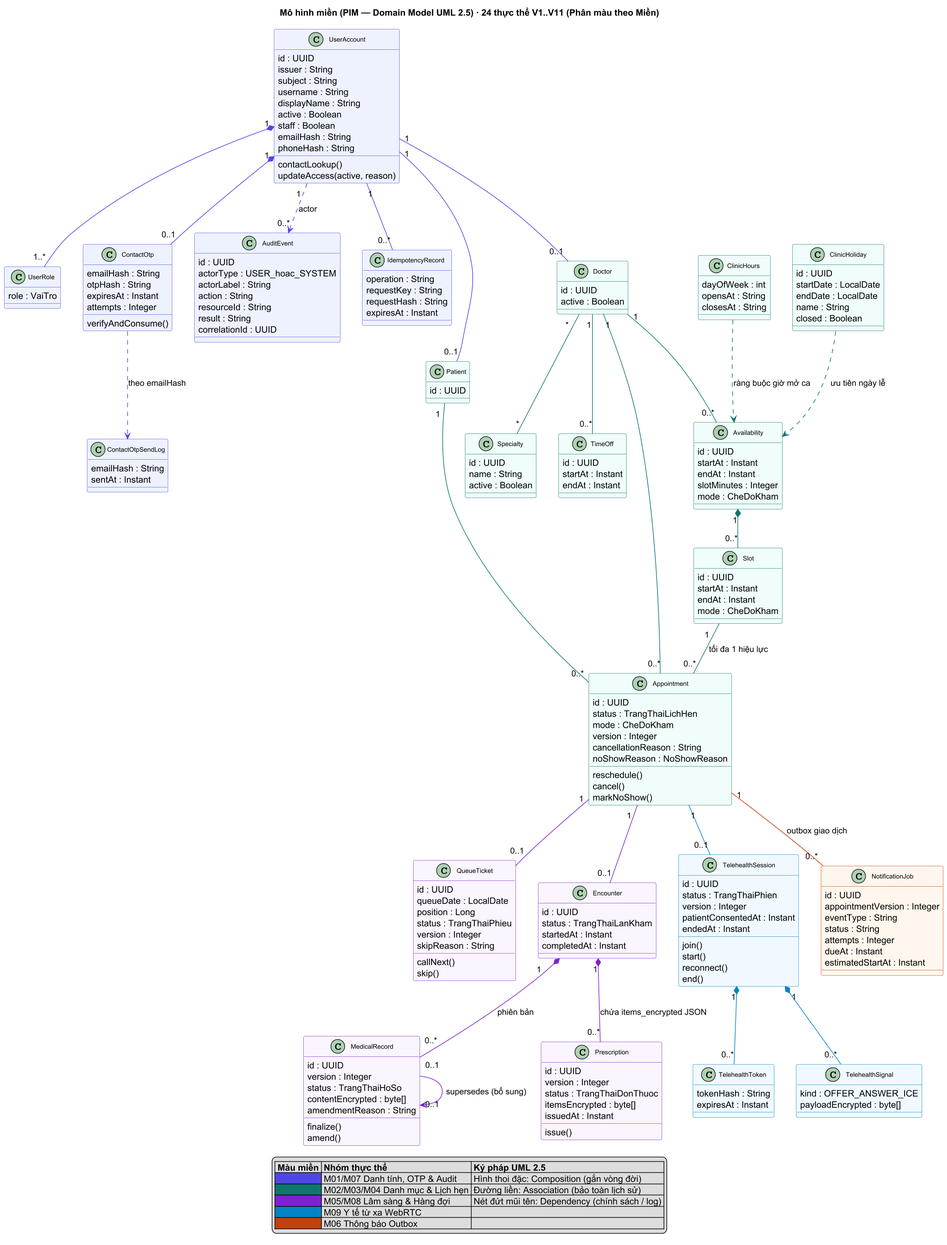
Before: docs/design/class-diagram/class-diagram.png, a diagram exported from PlantUML (Samie32/SE-project). Its diagram source:
```plantuml
@startuml class-diagram
skinparam class {
  FontName Arial
  FontSize 10
  HeaderFontColor #0F172A
}
skinparam noteBackgroundColor #FFFDE7
skinparam noteBorderColor #F9A825
skinparam shadowing false
skinparam dpi 150
title Mô hình miền (PIM — Domain Model UML 2.5) · 24 thực thể V1..V11 (Phân màu theo Miền)

class UserAccount #EEF2FF;line:4F46E5 {
  id : UUID
  issuer : String
  subject : String
  username : String
  displayName : String
  active : Boolean
  staff : Boolean
  emailHash : String
  phoneHash : String
  contactLookup()
  updateAccess(active, reason)
}

class UserRole #EEF2FF;line:4F46E5 {
  role : VaiTro
}

class ContactOtp #EEF2FF;line:4F46E5 {
  emailHash : String
  otpHash : String
  expiresAt : Instant
  attempts : Integer
  verifyAndConsume()
}

class ContactOtpSendLog #EEF2FF;line:4F46E5 {
  emailHash : String
  sentAt : Instant
}

class AuditEvent #EEF2FF;line:4F46E5 {
  id : UUID
  actorType : USER_hoac_SYSTEM
  actorLabel : String
  action : String
  resourceId : String
  result : String
  correlationId : UUID
}

class IdempotencyRecord #EEF2FF;line:4F46E5 {
  operation : String
  requestKey : String
  requestHash : String
  expiresAt : Instant
}

class Patient #F0FDFA;line:0F766E {
  id : UUID
}

class Doctor #F0FDFA;line:0F766E {
  id : UUID
  active : Boolean
}

class Specialty #F0FDFA;line:0F766E {
  id : UUID
  name : String
  active : Boolean
}

class ClinicHours #F0FDFA;line:0F766E {
  dayOfWeek : int
  opensAt : String
  closesAt : String
}

class ClinicHoliday #F0FDFA;line:0F766E {
  id : UUID
  startDate : LocalDate
  endDate : LocalDate
  name : String
  closed : Boolean
}

class Availability #F0FDFA;line:0F766E {
  id : UUID
  startAt : Instant
  endAt : Instant
  slotMinutes : Integer
  mode : CheDoKham
}

class TimeOff #F0FDFA;line:0F766E {
  id : UUID
  startAt : Instant
  endAt : Instant
}

class Slot #F0FDFA;line:0F766E {
  id : UUID
  startAt : Instant
  endAt : Instant
  mode : CheDoKham
}

class Appointment #F0FDFA;line:0F766E {
  id : UUID
  status : TrangThaiLichHen
  mode : CheDoKham
  version : Integer
  cancellationReason : String
  noShowReason : NoShowReason
  reschedule()
  cancel()
  markNoShow()
}

class QueueTicket #FAF5FF;line:7E22CE {
  id : UUID
  queueDate : LocalDate
  position : Long
  status : TrangThaiPhieu
  version : Integer
  skipReason : String
  callNext()
  skip()
}

class Encounter #FAF5FF;line:7E22CE {
  id : UUID
  status : TrangThaiLanKham
  startedAt : Instant
  completedAt : Instant
}

class MedicalRecord #FAF5FF;line:7E22CE {
  id : UUID
  version : Integer
  status : TrangThaiHoSo
  contentEncrypted : byte[]
  amendmentReason : String
  finalize()
  amend()
}

class Prescription #FAF5FF;line:7E22CE {
  id : UUID
  version : Integer
  status : TrangThaiDonThuoc
  itemsEncrypted : byte[]
  issuedAt : Instant
  issue()
}

class TelehealthSession #F0F9FF;line:0284C7 {
  id : UUID
  status : TrangThaiPhien
  version : Integer
  patientConsentedAt : Instant
  endedAt : Instant
  join()
  start()
  reconnect()
  end()
}

class TelehealthToken #F0F9FF;line:0284C7 {
  tokenHash : String
  expiresAt : Instant
}

class TelehealthSignal #F0F9FF;line:0284C7 {
  kind : OFFER_ANSWER_ICE
  payloadEncrypted : byte[]
}

class NotificationJob #FFF7ED;line:C2410C {
  id : UUID
  appointmentVersion : Integer
  eventType : String
  status : String
  attempts : Integer
  dueAt : Instant
  estimatedStartAt : Instant
}

UserAccount "1" *-[#4F46E5]- "1..*" UserRole
UserAccount "1" *-[#4F46E5]- "0..1" ContactOtp
Availability "1" *-[#0F766E]- "0..*" Slot
Encounter "1" *-[#7E22CE]- "0..*" MedicalRecord : phiên bản
Encounter "1" *-[#7E22CE]- "0..*" Prescription : chứa items_encrypted JSON
TelehealthSession "1" *-[#0284C7]- "0..*" TelehealthToken
TelehealthSession "1" *-[#0284C7]- "0..*" TelehealthSignal

UserAccount "1" -[#4F46E5]- "0..1" Doctor
UserAccount "1" -[#4F46E5]- "0..1" Patient
UserAccount "1" -[#4F46E5]- "0..*" IdempotencyRecord

Doctor "*" -[#0F766E]- "*" Specialty
Doctor "1" -[#0F766E]- "0..*" Availability
Doctor "1" -[#0F766E]- "0..*" TimeOff
Slot "1" -[#0F766E]- "0..*" Appointment : tối đa 1 hiệu lực
Doctor "1" -[#0F766E]- "0..*" Appointment
Patient "1" -[#0F766E]- "0..*" Appointment

Appointment "1" -[#7E22CE]- "0..1" QueueTicket
Appointment "1" -[#7E22CE]- "0..1" Encounter
MedicalRecord "0..1" -[#7E22CE]-> "0..1" MedicalRecord : supersedes (bổ sung)
Appointment "1" -[#0284C7]- "0..1" TelehealthSession
Appointment "1" -[#C2410C]- "0..*" NotificationJob : outbox giao dịch

UserAccount "1" .[#4F46E5].> "0..*" AuditEvent : actor
ContactOtp .[#4F46E5].> ContactOtpSendLog : theo emailHash
ClinicHours .[#0F766E].> Availability : ràng buộc giờ mở ca
ClinicHoliday .[#0F766E].> Availability : ưu tiên ngày lễ

legend bottom
  |= Màu miền |= Nhóm thực thể |= Ký pháp UML 2.5 |
  |<#4F46E5>   | M01/M07 Danh tính, OTP & Audit | Hình thoi đặc: Composition (gắn vòng đời) |
  |<#0F766E>   | M02/M03/M04 Danh mục & Lịch hẹn | Đường liền: Association (bảo toàn lịch sử) |
  |<#7E22CE>   | M05/M08 Lâm sàng & Hàng đợi | Nét đứt mũi tên: Dependency (chính sách / log) |
  |<#0284C7>   | M09 Y tế từ xa WebRTC | |
  |<#C2410C>   | M06 Thông báo Outbox | |
endlegend

@enduml
```
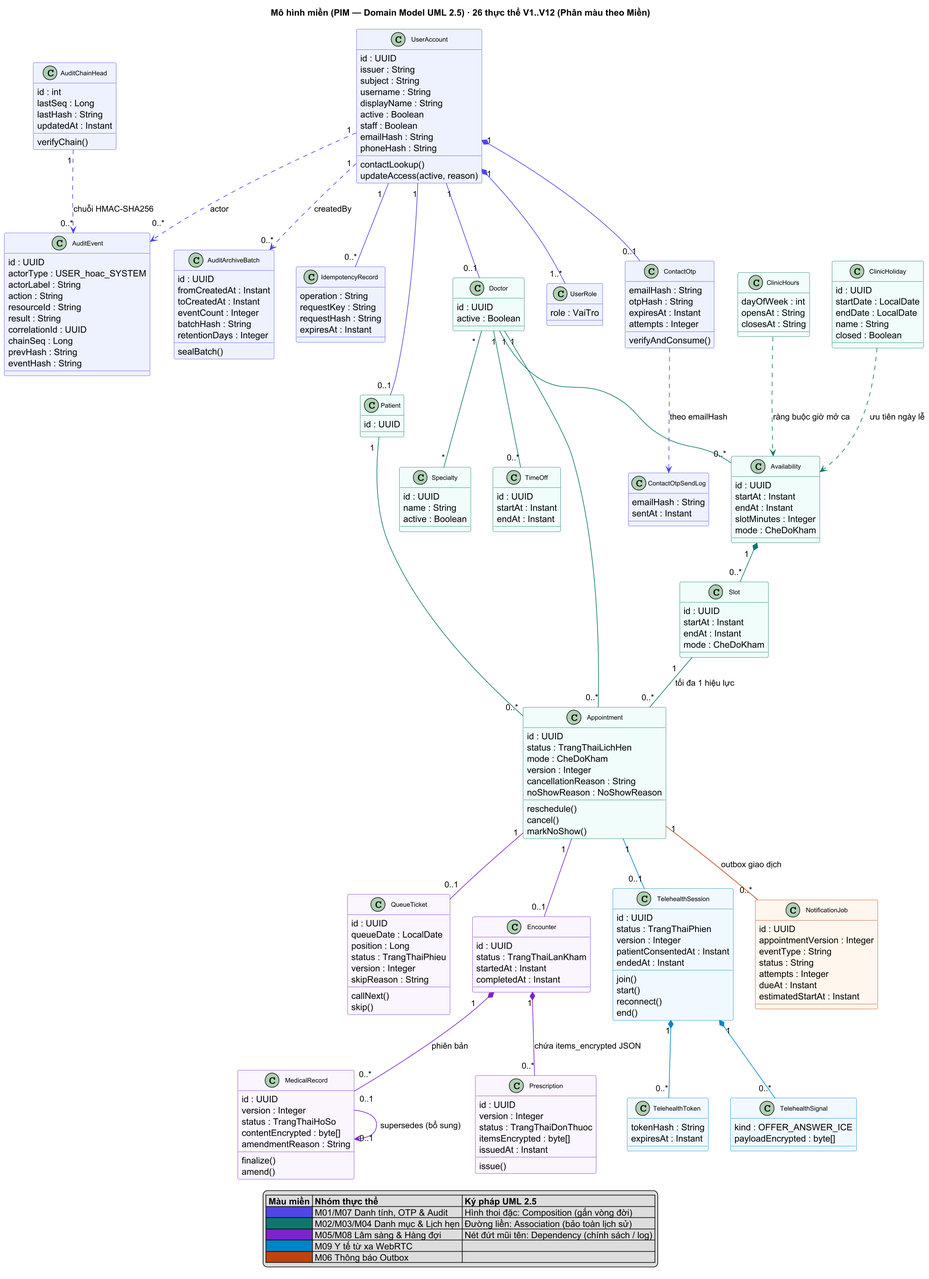
The same diagram one commit later.

The edit, as a diff of the source:
```diff
@@ -8,7 +8,7 @@
 skinparam noteBorderColor #F9A825
 skinparam shadowing false
 skinparam dpi 150
-title Mô hình miền (PIM — Domain Model UML 2.5) · 24 thực thể V1..V11 (Phân màu theo Miền)
+title Mô hình miền (PIM — Domain Model UML 2.5) · 26 thực thể V1..V12 (Phân màu theo Miền)
 
 class UserAccount #EEF2FF;line:4F46E5 {
   id : UUID
@@ -49,6 +49,27 @@
   resourceId : String
   result : String
   correlationId : UUID
+  chainSeq : Long
+  prevHash : String
+  eventHash : String
+}
+
+class AuditChainHead #EEF2FF;line:4F46E5 {
+  id : int
+  lastSeq : Long
+  lastHash : String
+  updatedAt : Instant
+  verifyChain()
+}
+
+class AuditArchiveBatch #EEF2FF;line:4F46E5 {
+  id : UUID
+  fromCreatedAt : Instant
+  toCreatedAt : Instant
+  eventCount : Integer
+  batchHash : String
+  retentionDays : Integer
+  sealBatch()
 }
 
 class IdempotencyRecord #EEF2FF;line:4F46E5 {
@@ -215,6 +236,8 @@
 Appointment "1" -[#C2410C]- "0..*" NotificationJob : outbox giao dịch
 
 UserAccount "1" .[#4F46E5].> "0..*" AuditEvent : actor
+AuditChainHead "1" .[#4F46E5].> "0..*" AuditEvent : chuỗi HMAC-SHA256
+UserAccount "1" .[#4F46E5].> "0..*" AuditArchiveBatch : createdBy
 ContactOtp .[#4F46E5].> ContactOtpSendLog : theo emailHash
 ClinicHours .[#0F766E].> Availability : ràng buộc giờ mở ca
 ClinicHoliday .[#0F766E].> Availability : ưu tiên ngày lễ
```
